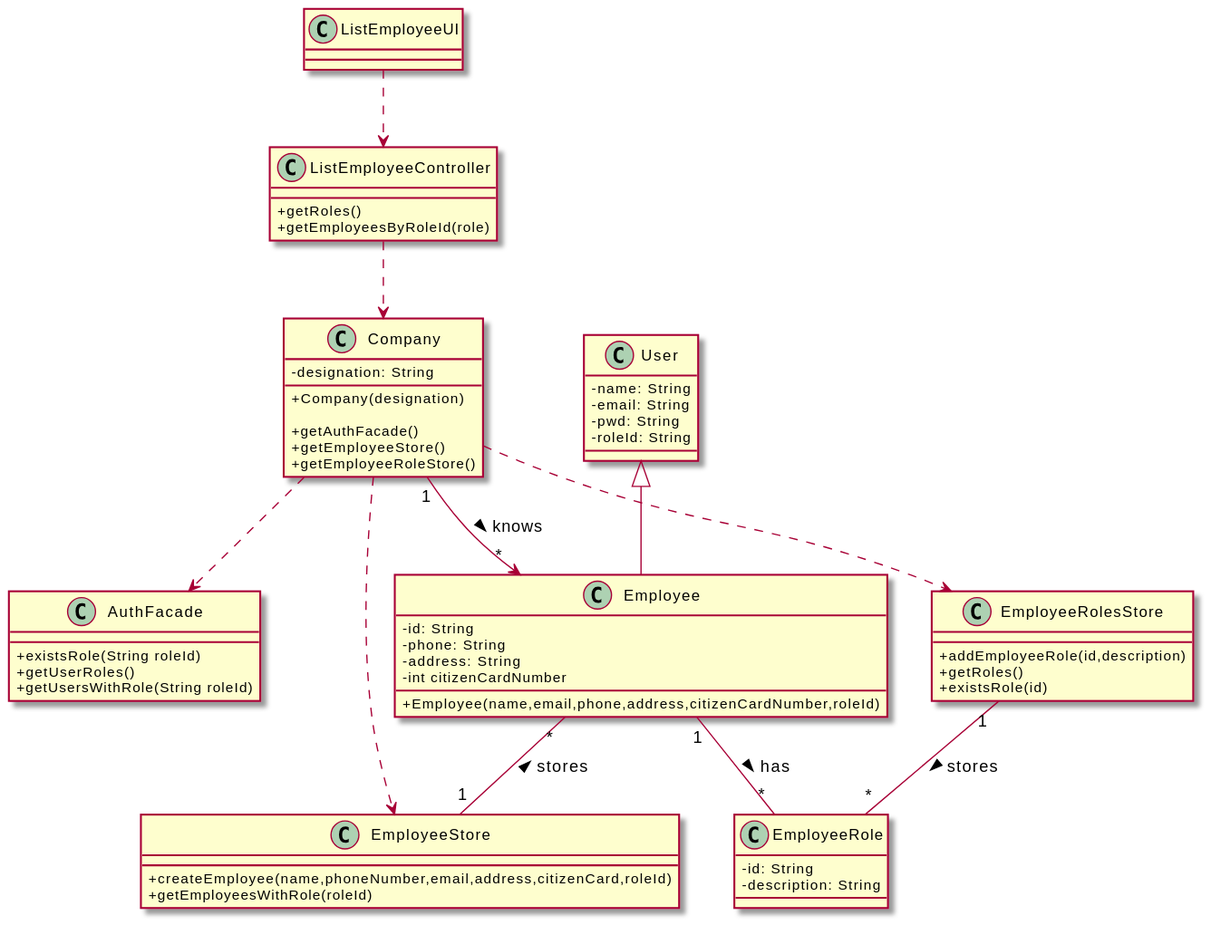
miseEnPlace-i/lapr2 keeps this PlantUML diagram as docs/SprintB/US11/CD/US11_CD.svg. Above is the earlier version.
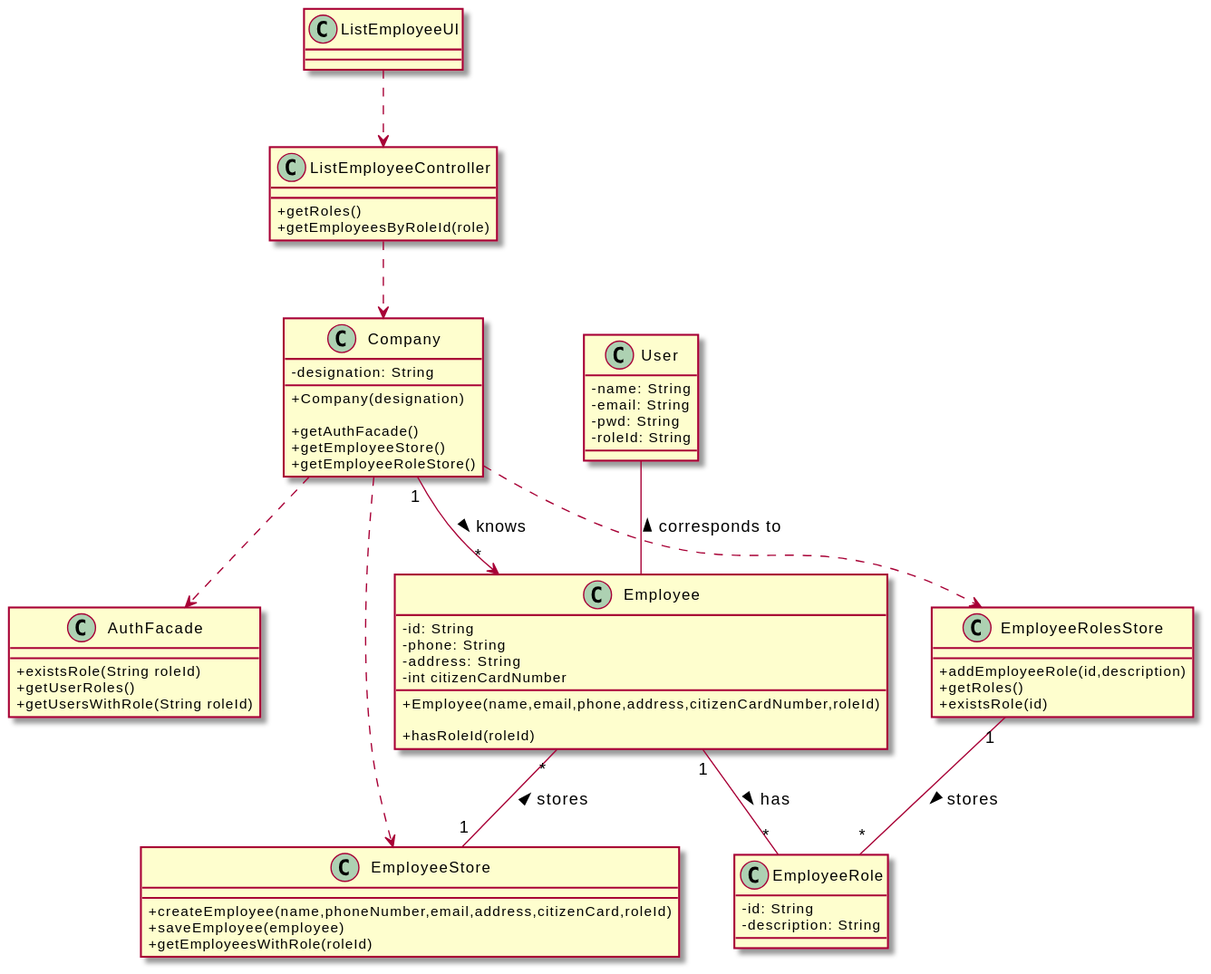
Above is the later version.

Commit message:
fix(US11): removed user-employee relation & fixed diagrams

What changed in the source:
```diff
@@ -15,10 +15,13 @@
   -int citizenCardNumber
 
   +Employee(name,email,phone,address,citizenCardNumber,roleId)
+
+  +hasRoleId(roleId)
 }
 
 class Company {
   -designation: String
+
   +Company(designation)
 
   +getAuthFacade()
@@ -34,6 +37,7 @@
 
 class EmployeeStore {
   +createEmployee(name,phoneNumber,email,address,citizenCard,roleId)
+  +saveEmployee(employee)
   +getEmployeesWithRole(roleId)
 }
 
@@ -67,6 +71,6 @@
 Company ..> EmployeeRolesStore
 Employee "1" -- "*" EmployeeRole : has >
 
-User <|-- Employee
+User -- Employee : corresponds to <
 
 @enduml
```
